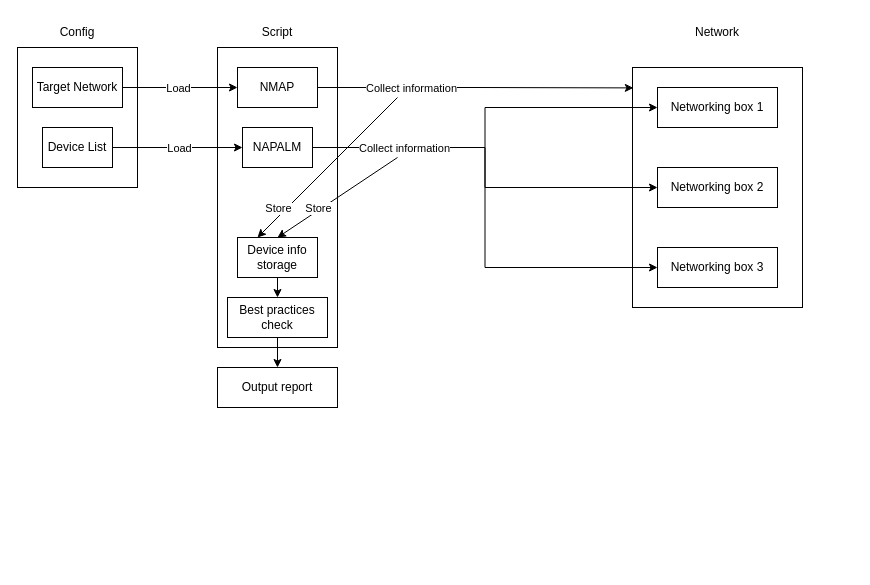
The draw.io diagram Prejmenovat.drawio in vojtulan/bachelor-thesis, before the edit. Source tidied: cells renumbered, new cells numbered last; positions are measured from the earlier drawing's top-left corner, leaving out a move shared by most shapes. Both pictures are drawn from the tidied source at 100%, with x=0, y=0 at pixel (17, 17).
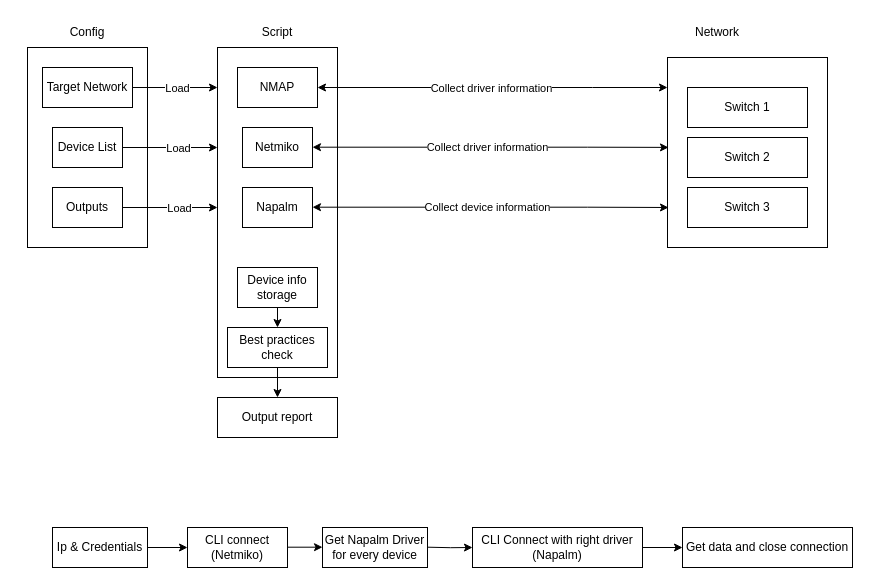
Above is the later version.

Commit message (it also covers changes not shown here):
Parallel fetch using concurrent.futures, netmiko autodetect, methods to tables

Unchanged cells that the change refers to:
```xml
<mxCell id="11" value="NMAP" style="rounded=0;whiteSpace=wrap;html=1;" parent="1" vertex="1">
  <mxGeometry x="220" y="50" width="80" height="40" as="geometry" />
</mxCell>
```

The edit, as a diff of the source:
```diff
@@
     <mxCell id="2" style="rounded=0;whiteSpace=wrap;html=1;" parent="1" vertex="1">
-      <mxGeometry x="615" y="50" width="170" height="240" as="geometry" />
+      <mxGeometry x="650" y="40" width="160" height="190" as="geometry" />
     </mxCell>
     <mxCell id="3" style="rounded=0;whiteSpace=wrap;html=1;" parent="1" vertex="1">
-      <mxGeometry x="200" y="30" width="120" height="300" as="geometry" />
+      <mxGeometry x="200" y="30" width="120" height="330" as="geometry" />
     </mxCell>
-    <mxCell id="4" style="edgeStyle=orthogonalEdgeStyle;rounded=0;jettySize=auto;html=1;exitX=1;exitY=0.5;exitDx=0;exitDy=0;" parent="1" edge="1" source="26" target="8">
-      <mxGeometry relative="1" as="geometry" />
-    </mxCell>
-    <mxCell id="5" style="edgeStyle=orthogonalEdgeStyle;rounded=0;jettySize=auto;html=1;exitX=1;exitY=0.5;exitDx=0;exitDy=0;entryX=0;entryY=0.5;entryDx=0;entryDy=0;" parent="1" edge="1" source="26" target="13">
-      <mxGeometry relative="1" as="geometry" />
-    </mxCell>
-    <mxCell id="6" style="edgeStyle=orthogonalEdgeStyle;rounded=0;jettySize=auto;html=1;exitX=1;exitY=0.5;exitDx=0;exitDy=0;entryX=0;entryY=0.5;entryDx=0;entryDy=0;" parent="1" edge="1" source="26" target="12">
-      <mxGeometry relative="1" as="geometry" />
-    </mxCell>
-    <mxCell id="7" value="Collect information" style="edgeLabel;html=1;align=center;verticalAlign=middle;" parent="6" vertex="1">
-      <mxGeometry x="-0.61" relative="1" as="geometry" />
-    </mxCell>
-    <mxCell id="8" value="Networking box 1" style="rounded=0;whiteSpace=wrap;html=1;" parent="1" vertex="1">
-      <mxGeometry x="640" y="70" width="120" height="40" as="geometry" />
+    <mxCell id="8" value="Switch 1" style="rounded=0;whiteSpace=wrap;html=1;" parent="1" vertex="1">
+      <mxGeometry x="670" y="70" width="120" height="40" as="geometry" />
     </mxCell>
-    <mxCell id="9" style="edgeStyle=orthogonalEdgeStyle;rounded=0;jettySize=auto;html=1;exitX=1;exitY=0.5;exitDx=0;exitDy=0;entryX=0.005;entryY=0.085;entryDx=0;entryDy=0;entryPerimeter=0;" parent="1" edge="1" source="11" target="2">
-      <mxGeometry relative="1" as="geometry" />
-    </mxCell>
-    <mxCell id="10" value="Collect information&lt;br&gt;" style="edgeLabel;html=1;align=center;verticalAlign=middle;" parent="9" vertex="1">
-      <mxGeometry x="-0.41" y="-2" relative="1" as="geometry">
-        <mxPoint y="-2" as="offset" />
-      </mxGeometry>
-    </mxCell>
@@
-    <mxCell id="12" value="Networking box 3" style="rounded=0;whiteSpace=wrap;html=1;" parent="1" vertex="1">
-      <mxGeometry x="640" y="230" width="120" height="40" as="geometry" />
+    <mxCell id="12" value="Switch 3" style="rounded=0;whiteSpace=wrap;html=1;" parent="1" vertex="1">
+      <mxGeometry x="670" y="170" width="120" height="40" as="geometry" />
     </mxCell>
-    <mxCell id="13" value="Networking box 2" style="rounded=0;whiteSpace=wrap;html=1;" parent="1" vertex="1">
-      <mxGeometry x="640" y="150" width="120" height="40" as="geometry" />
+    <mxCell id="13" value="Switch 2" style="rounded=0;whiteSpace=wrap;html=1;" parent="1" vertex="1">
+      <mxGeometry x="670" y="120" width="120" height="40" as="geometry" />
     </mxCell>
@@
     <mxCell id="15" style="rounded=0;whiteSpace=wrap;html=1;" parent="1" vertex="1">
-      <mxGeometry y="30" width="120" height="140" as="geometry" />
+      <mxGeometry x="10" y="30" width="120" height="200" as="geometry" />
     </mxCell>
-    <mxCell id="16" style="edgeStyle=orthogonalEdgeStyle;rounded=0;jettySize=auto;html=1;exitX=1;exitY=0.5;exitDx=0;exitDy=0;" parent="1" edge="1" source="18" target="26">
-      <mxGeometry relative="1" as="geometry" />
+    <mxCell id="16" style="edgeStyle=orthogonalEdgeStyle;rounded=0;jettySize=auto;html=1;exitX=1;exitY=0.5;exitDx=0;exitDy=0;" parent="1" edge="1" source="18">
+      <mxGeometry relative="1" as="geometry">
+        <mxPoint x="200" y="130" as="targetPoint" />
+      </mxGeometry>
     </mxCell>
     <mxCell id="17" value="Load" style="edgeLabel;html=1;align=center;verticalAlign=middle;" parent="16" vertex="1">
       <mxGeometry x="0.3" y="-2" relative="1" as="geometry">
-        <mxPoint x="-19" y="-2" as="offset" />
+        <mxPoint x="-6" y="-2" as="offset" />
       </mxGeometry>
     </mxCell>
     <mxCell id="18" value="Device List" style="rounded=0;whiteSpace=wrap;html=1;" parent="1" vertex="1">
-      <mxGeometry x="25" y="110" width="70" height="40" as="geometry" />
+      <mxGeometry x="35" y="110" width="70" height="40" as="geometry" />
     </mxCell>
     <mxCell id="19" value="Config" style="text;html=1;strokeColor=none;fillColor=none;align=center;verticalAlign=middle;whiteSpace=wrap;rounded=0;" parent="1" vertex="1">
-      <mxGeometry x="30" width="60" height="30" as="geometry" />
+      <mxGeometry x="40" width="60" height="30" as="geometry" />
     </mxCell>
-    <mxCell id="20" style="edgeStyle=orthogonalEdgeStyle;rounded=0;jettySize=auto;html=1;exitX=1;exitY=0.5;exitDx=0;exitDy=0;entryX=0;entryY=0.5;entryDx=0;entryDy=0;" parent="1" edge="1" source="22" target="11">
-      <mxGeometry relative="1" as="geometry" />
+    <mxCell id="20" style="edgeStyle=orthogonalEdgeStyle;rounded=0;jettySize=auto;html=1;exitX=1;exitY=0.5;exitDx=0;exitDy=0;" parent="1" edge="1" source="22">
+      <mxGeometry relative="1" as="geometry">
+        <mxPoint x="200" y="70" as="targetPoint" />
+      </mxGeometry>
     </mxCell>
     <mxCell id="21" value="Load" style="edgeLabel;html=1;align=center;verticalAlign=middle;" parent="20" vertex="1">
       <mxGeometry x="0.25" y="2" relative="1" as="geometry">
-        <mxPoint x="-17" y="2" as="offset" />
+        <mxPoint x="-8" y="2" as="offset" />
       </mxGeometry>
     </mxCell>
     <mxCell id="22" value="Target Network" style="rounded=0;whiteSpace=wrap;html=1;" parent="1" vertex="1">
-      <mxGeometry x="15" y="50" width="90" height="40" as="geometry" />
+      <mxGeometry x="25" y="50" width="90" height="40" as="geometry" />
     </mxCell>
@@
     <mxCell id="25" value="Device info storage" style="rounded=0;whiteSpace=wrap;html=1;" parent="1" vertex="1">
-      <mxGeometry x="220" y="220" width="80" height="40" as="geometry" />
+      <mxGeometry x="220" y="250" width="80" height="40" as="geometry" />
     </mxCell>
-    <mxCell id="26" value="NAPALM" style="rounded=0;whiteSpace=wrap;html=1;" parent="1" vertex="1">
+    <mxCell id="26" value="Netmiko" style="rounded=0;whiteSpace=wrap;html=1;" parent="1" vertex="1">
       <mxGeometry x="225" y="110" width="70" height="40" as="geometry" />
     </mxCell>
-    <mxCell id="27" style="endArrow=classic;html=1;rounded=0;entryX=0.5;entryY=0;entryDx=0;entryDy=0;" parent="1" edge="1" target="25">
-      <mxGeometry relative="1" as="geometry">
-        <mxPoint x="380" y="140" as="sourcePoint" />
-      </mxGeometry>
-    </mxCell>
-    <mxCell id="28" value="Store" style="edgeLabel;html=1;align=center;verticalAlign=middle;" parent="27" vertex="1">
-      <mxGeometry x="0.2" y="1" relative="1" as="geometry">
-        <mxPoint x="-8" y="1" as="offset" />
-      </mxGeometry>
-    </mxCell>
-    <mxCell id="29" style="endArrow=classic;html=1;rounded=0;entryX=0.25;entryY=0;entryDx=0;entryDy=0;" parent="1" edge="1" target="25">
-      <mxGeometry relative="1" as="geometry">
-        <mxPoint x="380" y="80" as="sourcePoint" />
-      </mxGeometry>
-    </mxCell>
-    <mxCell id="30" value="Store" style="edgeLabel;html=1;align=center;verticalAlign=middle;" parent="29" vertex="1">
-      <mxGeometry x="0.56" y="-1" relative="1" as="geometry">
-        <mxPoint x="-10" y="2" as="offset" />
-      </mxGeometry>
-    </mxCell>
     <mxCell id="31" value="Output report" style="rounded=0;whiteSpace=wrap;html=1;" parent="1" vertex="1">
-      <mxGeometry x="200" y="350" width="120" height="40" as="geometry" />
+      <mxGeometry x="200" y="380" width="120" height="40" as="geometry" />
     </mxCell>
@@
     <mxCell id="33" value="Best practices check" style="rounded=0;whiteSpace=wrap;html=1;" parent="1" vertex="1">
-      <mxGeometry x="210" y="280" width="100" height="40" as="geometry" />
+      <mxGeometry x="210" y="310" width="100" height="40" as="geometry" />
     </mxCell>
+    <mxCell id="34" style="edgeStyle=orthogonalEdgeStyle;rounded=0;jettySize=auto;html=1;exitX=1;exitY=0.5;exitDx=0;exitDy=0;entryX=0;entryY=0.5;entryDx=0;entryDy=0;" parent="1" edge="1" source="35" target="36">
+      <mxGeometry relative="1" as="geometry" />
+    </mxCell>
+    <mxCell id="35" value="Ip &amp;amp; Credentials" style="rounded=0;whiteSpace=wrap;html=1;" parent="1" vertex="1">
+      <mxGeometry x="35" y="510" width="95" height="40" as="geometry" />
+    </mxCell>
+    <mxCell id="36" value="CLI connect&lt;br&gt;(Netmiko)" style="rounded=0;whiteSpace=wrap;html=1;" parent="1" vertex="1">
+      <mxGeometry x="170" y="510" width="100" height="40" as="geometry" />
+    </mxCell>
+    <mxCell id="37" value="Get Napalm Driver for every device" style="rounded=0;whiteSpace=wrap;html=1;" parent="1" vertex="1">
+      <mxGeometry x="305" y="510" width="105" height="40" as="geometry" />
+    </mxCell>
+    <mxCell id="38" value="Outputs" style="rounded=0;whiteSpace=wrap;html=1;" parent="1" vertex="1">
+      <mxGeometry x="35" y="170" width="70" height="40" as="geometry" />
+    </mxCell>
+    <mxCell id="39" style="edgeStyle=orthogonalEdgeStyle;rounded=0;orthogonalLoop=1;jettySize=auto;html=1;exitX=0.5;exitY=1;exitDx=0;exitDy=0;" parent="1" edge="1" source="15" target="15">
+      <mxGeometry relative="1" as="geometry" />
+    </mxCell>
+    <mxCell id="40" style="edgeStyle=orthogonalEdgeStyle;rounded=0;orthogonalLoop=1;jettySize=auto;html=1;exitX=1;exitY=0.5;exitDx=0;exitDy=0;" parent="1" edge="1">
+      <mxGeometry relative="1" as="geometry">
+        <mxPoint x="105" y="190" as="sourcePoint" />
+        <mxPoint x="200" y="190" as="targetPoint" />
+      </mxGeometry>
+    </mxCell>
+    <mxCell id="41" value="Load" style="edgeLabel;html=1;align=center;verticalAlign=middle;" parent="40" vertex="1">
+      <mxGeometry x="0.3" y="-2" relative="1" as="geometry">
+        <mxPoint x="-6" y="-2" as="offset" />
+      </mxGeometry>
+    </mxCell>
+    <mxCell id="42" style="edgeStyle=orthogonalEdgeStyle;rounded=0;jettySize=auto;html=1;exitX=1;exitY=0.5;exitDx=0;exitDy=0;entryX=0;entryY=0.5;entryDx=0;entryDy=0;" parent="1" edge="1" target="37">
+      <mxGeometry relative="1" as="geometry">
+        <mxPoint x="270" y="529.7" as="sourcePoint" />
+      </mxGeometry>
+    </mxCell>
+    <mxCell id="43" style="edgeStyle=orthogonalEdgeStyle;rounded=0;jettySize=auto;html=1;entryX=0;entryY=0.5;entryDx=0;entryDy=0;" parent="1" edge="1" source="44" target="46">
+      <mxGeometry relative="1" as="geometry" />
+    </mxCell>
+    <mxCell id="44" value="CLI Connect with right driver&lt;br&gt;(Napalm)" style="rounded=0;whiteSpace=wrap;html=1;" parent="1" vertex="1">
+      <mxGeometry x="455" y="510" width="170" height="40" as="geometry" />
+    </mxCell>
+    <mxCell id="45" style="edgeStyle=orthogonalEdgeStyle;rounded=0;jettySize=auto;html=1;exitX=1;exitY=0.5;exitDx=0;exitDy=0;entryX=0;entryY=0.5;entryDx=0;entryDy=0;" parent="1" edge="1" target="44">
+      <mxGeometry relative="1" as="geometry">
+        <mxPoint x="410" y="529.7" as="sourcePoint" />
+      </mxGeometry>
+    </mxCell>
+    <mxCell id="46" value="Get data and close connection" style="rounded=0;whiteSpace=wrap;html=1;" parent="1" vertex="1">
+      <mxGeometry x="665" y="510" width="170" height="40" as="geometry" />
+    </mxCell>
+    <mxCell id="47" value="Napalm" style="rounded=0;whiteSpace=wrap;html=1;" parent="1" vertex="1">
+      <mxGeometry x="225" y="170" width="70" height="40" as="geometry" />
+    </mxCell>
+    <mxCell id="48" style="edgeStyle=orthogonalEdgeStyle;rounded=0;orthogonalLoop=1;jettySize=auto;html=1;exitX=1;exitY=0.5;exitDx=0;exitDy=0;entryX=0.006;entryY=0.382;entryDx=0;entryDy=0;startArrow=classic;startFill=1;entryPerimeter=0;" parent="1" edge="1">
+      <mxGeometry relative="1" as="geometry">
+        <mxPoint x="295" y="189.7" as="sourcePoint" />
+        <mxPoint x="651" y="190" as="targetPoint" />
+        <Array as="points">
+          <mxPoint x="570" y="190" />
+          <mxPoint x="570" y="190" />
+        </Array>
+      </mxGeometry>
+    </mxCell>
+    <mxCell id="49" value="Collect device information" style="edgeLabel;html=1;align=center;verticalAlign=middle;" parent="48" vertex="1">
+      <mxGeometry x="-0.61" relative="1" as="geometry">
+        <mxPoint x="105" as="offset" />
+      </mxGeometry>
+    </mxCell>
+    <mxCell id="50" style="edgeStyle=orthogonalEdgeStyle;rounded=0;orthogonalLoop=1;jettySize=auto;html=1;exitX=1;exitY=0.5;exitDx=0;exitDy=0;entryX=0.006;entryY=0.382;entryDx=0;entryDy=0;startArrow=classic;startFill=1;entryPerimeter=0;" parent="1" edge="1">
+      <mxGeometry relative="1" as="geometry">
+        <mxPoint x="295" y="129.7" as="sourcePoint" />
+        <mxPoint x="651" y="129.9" as="targetPoint" />
+        <Array as="points">
+          <mxPoint x="570" y="130" />
+          <mxPoint x="570" y="130" />
+        </Array>
+      </mxGeometry>
+    </mxCell>
+    <mxCell id="51" value="Collect driver information" style="edgeLabel;html=1;align=center;verticalAlign=middle;" parent="50" vertex="1">
+      <mxGeometry x="-0.61" relative="1" as="geometry">
+        <mxPoint x="105" as="offset" />
+      </mxGeometry>
+    </mxCell>
+    <mxCell id="52" style="edgeStyle=orthogonalEdgeStyle;rounded=0;orthogonalLoop=1;jettySize=auto;html=1;exitX=1;exitY=0.5;exitDx=0;exitDy=0;startArrow=classic;startFill=1;" parent="1" edge="1">
+      <mxGeometry relative="1" as="geometry">
+        <mxPoint x="300" y="70" as="sourcePoint" />
+        <mxPoint x="650" y="70" as="targetPoint" />
+        <Array as="points">
+          <mxPoint x="575" y="70.3" />
+          <mxPoint x="575" y="70.3" />
+        </Array>
+      </mxGeometry>
+    </mxCell>
+    <mxCell id="53" value="Collect driver information" style="edgeLabel;html=1;align=center;verticalAlign=middle;" parent="52" vertex="1">
+      <mxGeometry x="-0.61" relative="1" as="geometry">
+        <mxPoint x="105" as="offset" />
+      </mxGeometry>
+    </mxCell>
```
